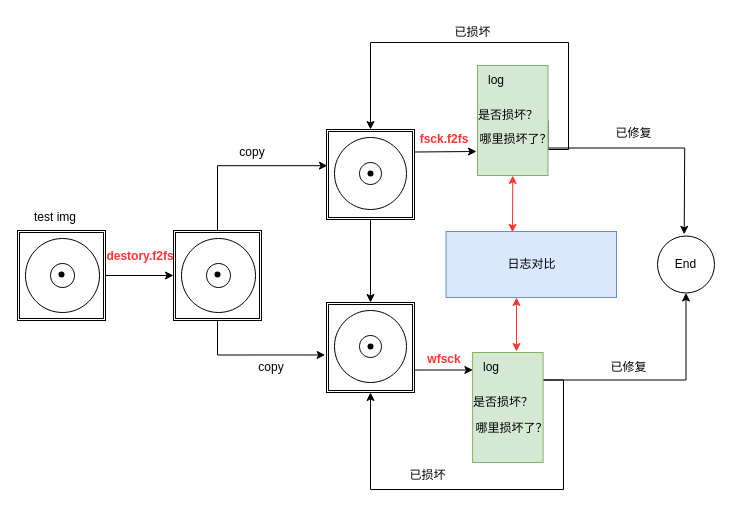
This is destory.f2fs.drawio from ksd11/charts, a draw.io file, before an edit. Source tidied: cells renumbered, new cells numbered last; positions are measured from the earlier drawing's top-left corner, leaving out a move shared by most shapes. Both pictures are drawn from the tidied source at 100%, with x=0, y=0 at pixel (17, 17).
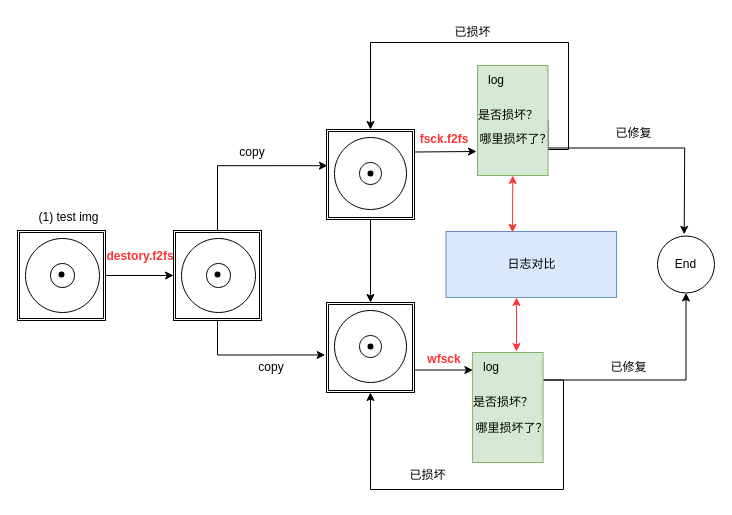
Above is the later version.

What changed in the source:
```diff
@@
-    <mxCell id="29" value="test img" style="text;html=1;strokeColor=none;fillColor=none;align=center;verticalAlign=middle;whiteSpace=wrap;rounded=0;" parent="1" vertex="1">
-      <mxGeometry x="8" y="186" width="60" height="28" as="geometry" />
+    <mxCell id="29" value="(1) test img" style="text;html=1;strokeColor=none;fillColor=none;align=center;verticalAlign=middle;whiteSpace=wrap;rounded=0;" parent="1" vertex="1">
+      <mxGeometry x="10" y="186" width="83" height="28" as="geometry" />
     </mxCell>
```
